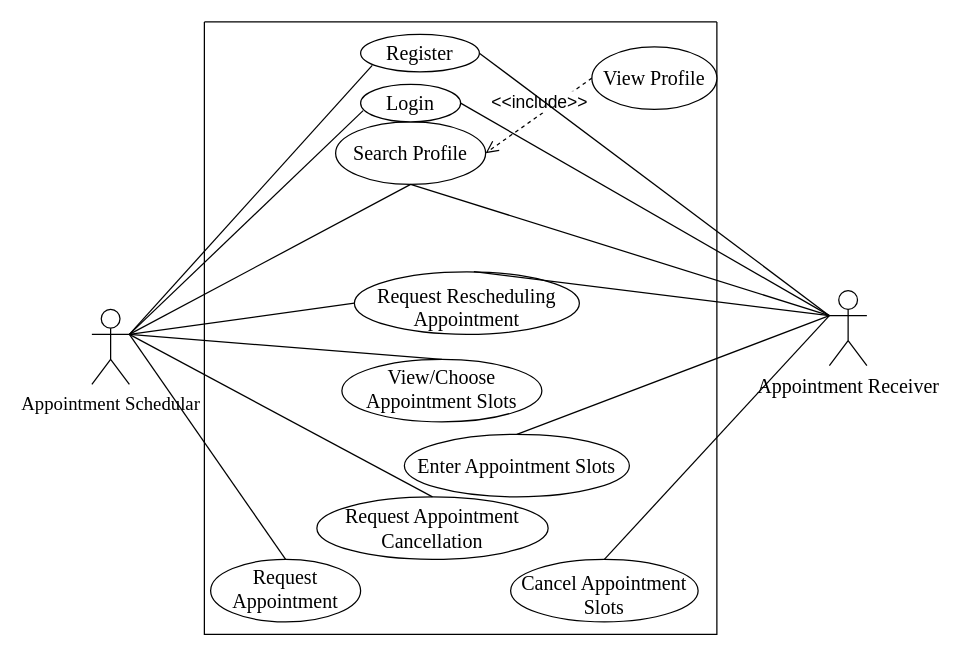
Before: UseCase v1.1.drawio in Yash7200/CP-1, a draw.io diagram. Source tidied: cells renumbered, new cells numbered last; positions are measured from the earlier drawing's top-left corner, leaving out a move shared by most shapes. Both pictures are drawn from the tidied source at 125%, with x=0, y=0 at pixel (91, 21).
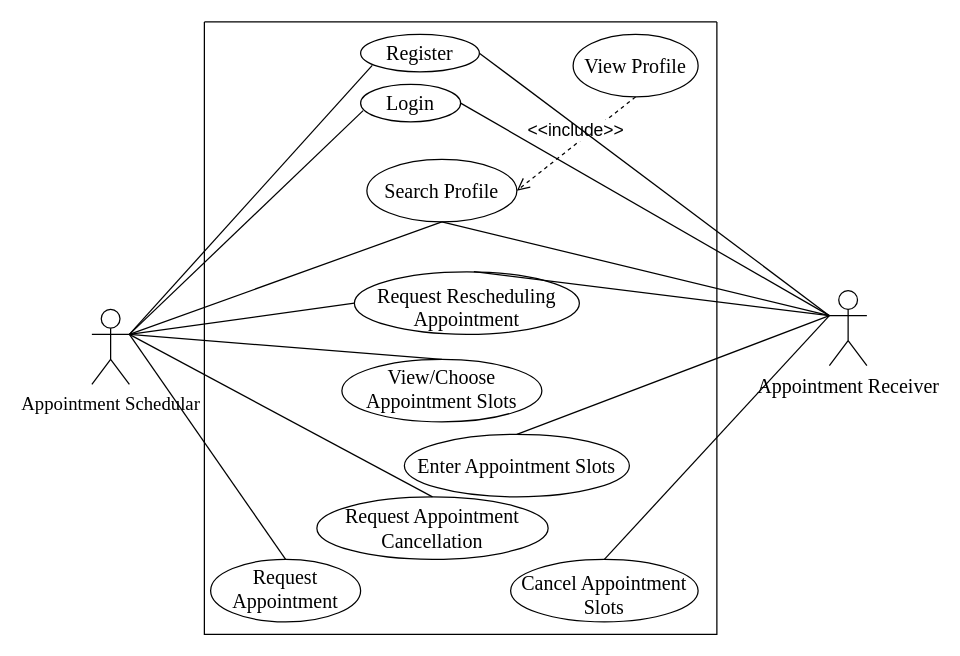
After the change.

The change refers to these unchanged cells:
```xml
<mxCell id="3" style="swimlane;startSize=0;" parent="1" vertex="1">
  <mxGeometry x="90" width="410" height="490" as="geometry" />
</mxCell>
```

Diff of the diagram source:
```diff
@@
     <mxCell id="5" value="&lt;div&gt;Search Profile&lt;/div&gt;" style="ellipse;whiteSpace=wrap;html=1;fontFamily=Times New Roman;fontSize=16;" parent="3" vertex="1">
-      <mxGeometry x="105" y="80" width="120" height="50" as="geometry" />
+      <mxGeometry x="130" y="110" width="120" height="50" as="geometry" />
     </mxCell>
@@
     <mxCell id="7" value="&lt;div&gt;View Profile&lt;/div&gt;" style="ellipse;whiteSpace=wrap;html=1;fontFamily=Times New Roman;fontSize=16;verticalAlign=middle;" parent="3" vertex="1">
-      <mxGeometry x="310" y="20" width="100" height="50" as="geometry" />
+      <mxGeometry x="295" y="10" width="100" height="50" as="geometry" />
     </mxCell>
@@
-    <mxCell id="14" value="&amp;lt;&amp;lt;include&amp;gt;&amp;gt;" style="html=1;verticalAlign=bottom;endArrow=open;dashed=1;endSize=8;rounded=0;fontSize=14;exitX=0;exitY=0.5;exitDx=0;exitDy=0;entryX=1;entryY=0.5;entryDx=0;entryDy=0;" parent="3" edge="1" source="7" target="5">
+    <mxCell id="14" value="&amp;lt;&amp;lt;include&amp;gt;&amp;gt;" style="html=1;verticalAlign=bottom;endArrow=open;dashed=1;endSize=8;rounded=0;fontSize=14;exitX=0.5;exitY=1;exitDx=0;exitDy=0;entryX=1;entryY=0.5;entryDx=0;entryDy=0;" parent="3" edge="1" source="7" target="5">
       <mxGeometry relative="1" as="geometry" />
     </mxCell>
```
